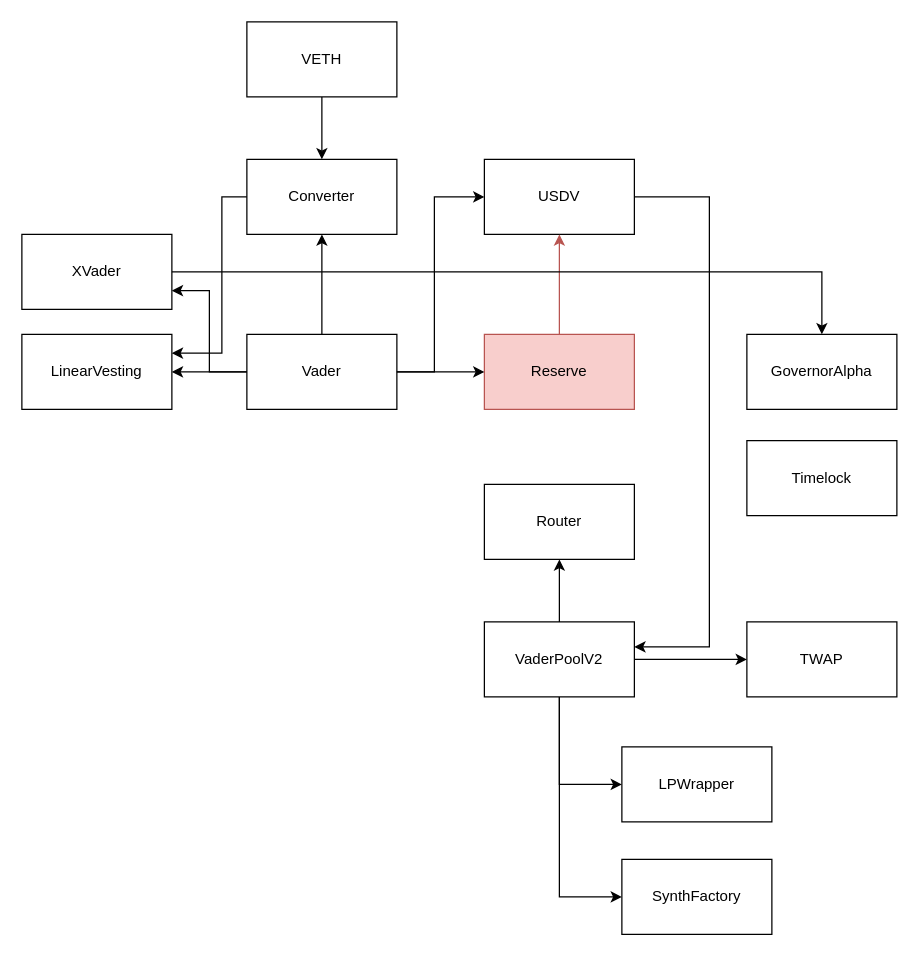
This is doc/vader.drawio from vetherasset/vader-protocol-v2, a draw.io file, before an edit. Source tidied: cells renumbered, new cells numbered last; positions are measured from the earlier drawing's top-left corner, leaving out a move shared by most shapes. Both pictures are drawn from the tidied source at 125%, with x=0, y=0 at pixel (21, 21).
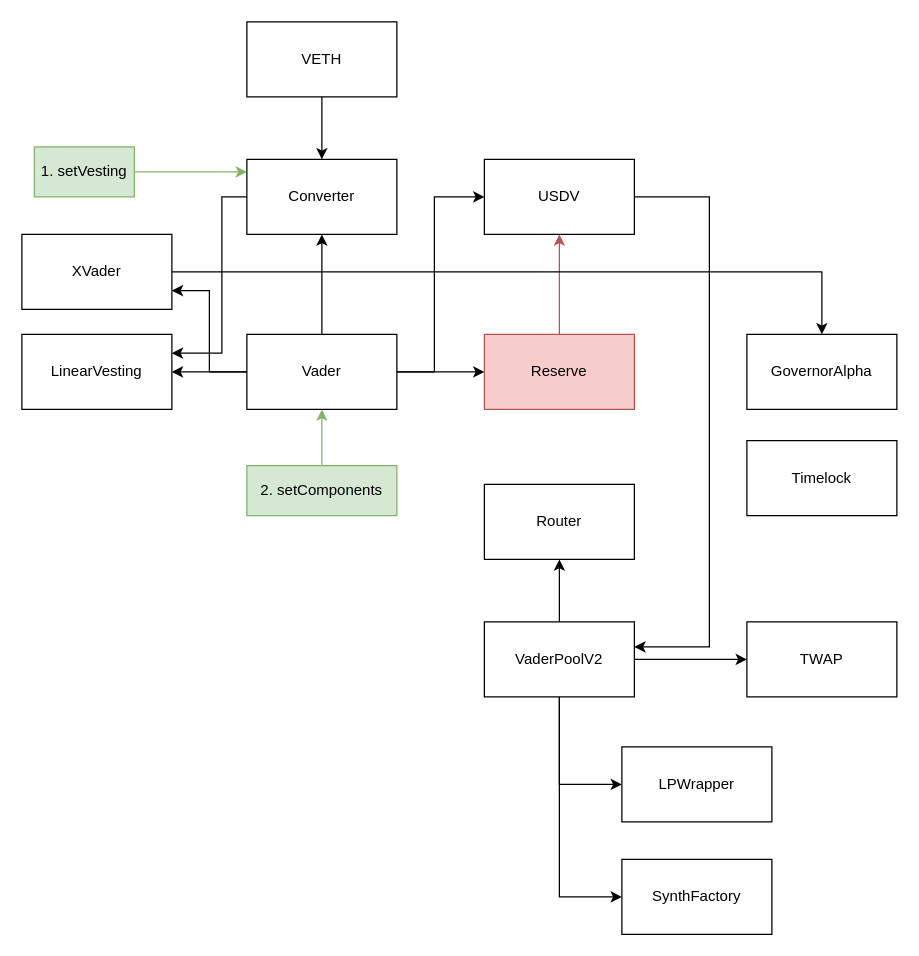
Above is the later version.

Unchanged cells that the change refers to:
```xml
<mxCell id="4" value="Vader" style="rounded=0;whiteSpace=wrap;html=1;" parent="1" vertex="1">
  <mxGeometry x="180" y="250" width="120" height="60" as="geometry" />
</mxCell>
```

Diff of the diagram source:
```diff
@@
+    <mxCell id="31" value="1. setVesting" style="rounded=0;whiteSpace=wrap;html=1;fillColor=#d5e8d4;strokeColor=#82b366;" parent="1" vertex="1">
+      <mxGeometry x="10" y="100" width="80" height="40" as="geometry" />
+    </mxCell>
+    <mxCell id="32" style="endArrow=classic;html=1;rounded=0;exitX=1;exitY=0.5;exitDx=0;exitDy=0;fillColor=#d5e8d4;strokeColor=#82b366;" parent="1" edge="1" source="31">
+      <mxGeometry relative="1" as="geometry">
+        <mxPoint x="180" y="120" as="targetPoint" />
+      </mxGeometry>
+    </mxCell>
+    <mxCell id="33" value="2. setComponents" style="rounded=0;whiteSpace=wrap;html=1;fillColor=#d5e8d4;strokeColor=#82b366;" parent="1" vertex="1">
+      <mxGeometry x="180" y="355" width="120" height="40" as="geometry" />
+    </mxCell>
+    <mxCell id="34" style="endArrow=classic;html=1;rounded=0;fillColor=#d5e8d4;strokeColor=#82b366;entryX=0.5;entryY=1;entryDx=0;entryDy=0;exitX=0.5;exitY=0;exitDx=0;exitDy=0;" parent="1" edge="1" source="33" target="4">
+      <mxGeometry relative="1" as="geometry" />
+    </mxCell>
```
